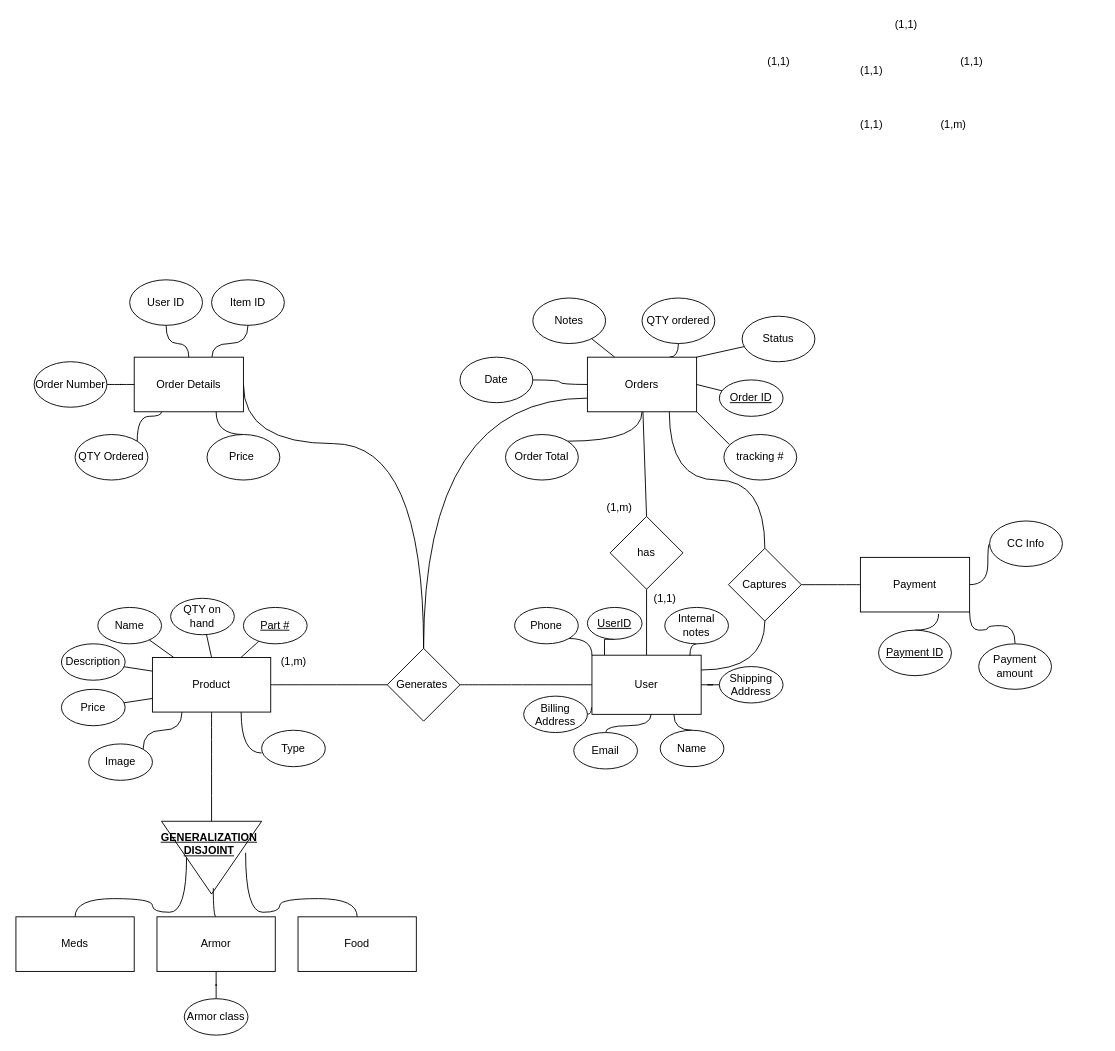
466group2/Group02Project keeps this draw.io diagram as docs/ecomm.drawio. Above is the earlier version. Source tidied: cells renumbered, new cells numbered last; positions are measured from the earlier drawing's top-left corner, leaving out a move shared by most shapes. Both pictures are drawn from the tidied source at 91%, with x=0, y=0 at pixel (15, 15).
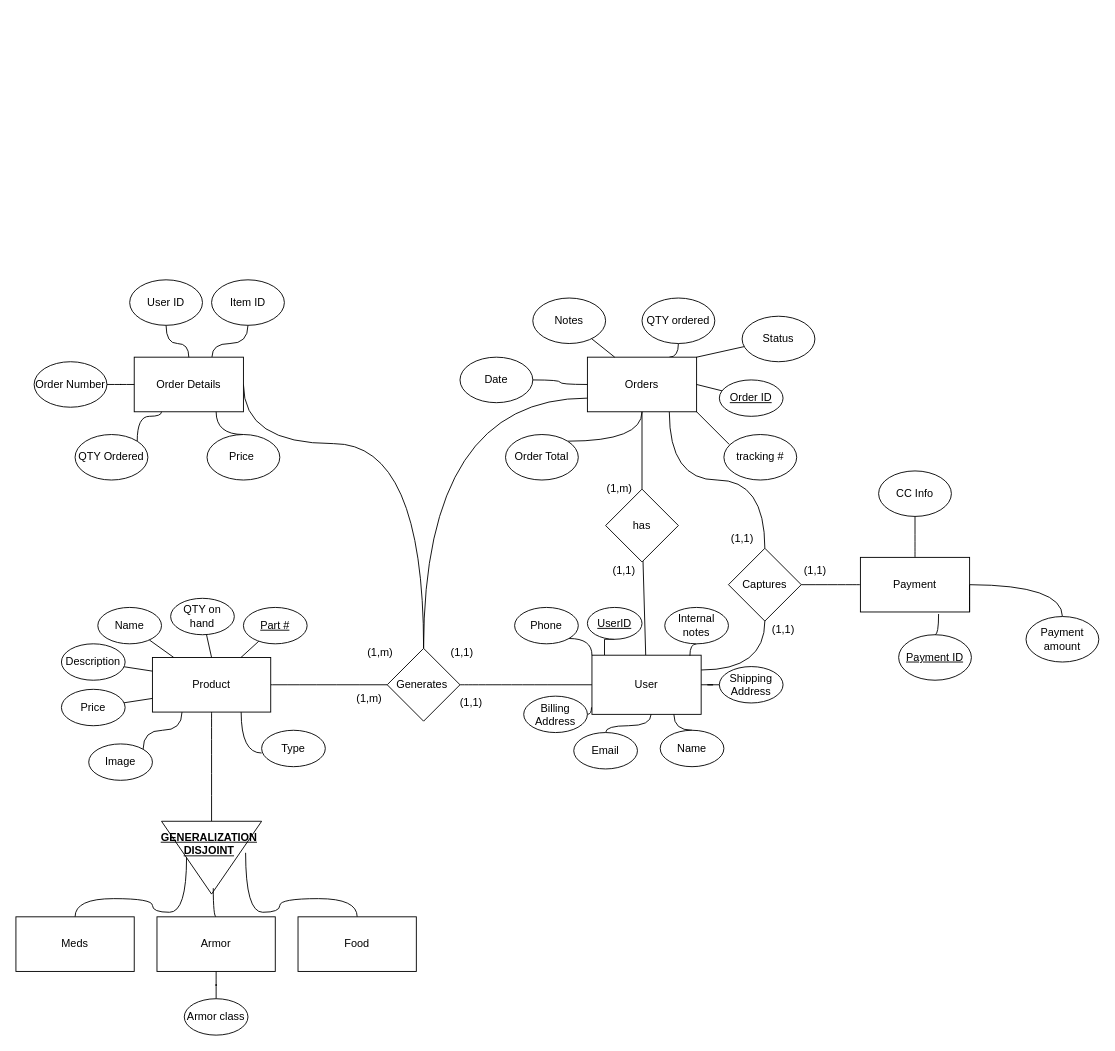
The same page after the edit.

Unchanged cells that the change refers to:
```xml
<mxCell id="54" value="Payment" style="rounded=0;whiteSpace=wrap;html=1;" parent="1" vertex="1">
  <mxGeometry x="928" y="595" width="120" height="60" as="geometry" />
</mxCell>
```

Change to the diagram source:
```diff
@@
     <mxCell id="42" value="has" style="rhombus;whiteSpace=wrap;html=1;" parent="1" vertex="1">
-      <mxGeometry x="653" y="550" width="80" height="80" as="geometry" />
+      <mxGeometry x="648" y="520" width="80" height="80" as="geometry" />
     </mxCell>
     <mxCell id="43" value="(1,m)" style="text;html=1;align=center;verticalAlign=middle;fillColor=none;strokeColor=none;rounded=0;" parent="1" vertex="1">
-      <mxGeometry x="285" y="700" width="40" height="20" as="geometry" />
+      <mxGeometry x="368" y="740" width="40" height="20" as="geometry" />
     </mxCell>
-    <mxCell id="44" value="(1,m)" style="text;html=1;align=center;verticalAlign=middle;fillColor=none;strokeColor=none;rounded=0;" parent="1" vertex="1">
-      <mxGeometry x="1010" y="110" width="40" height="20" as="geometry" />
-    </mxCell>
     <mxCell id="45" value="(1,1)" style="text;html=1;align=center;verticalAlign=middle;fillColor=none;strokeColor=none;rounded=0;" parent="1" vertex="1">
-      <mxGeometry x="818" y="40" width="40" height="20" as="geometry" />
+      <mxGeometry x="823" y="665" width="40" height="20" as="geometry" />
     </mxCell>
     <mxCell id="46" value="(1,m)" style="text;html=1;align=center;verticalAlign=middle;fillColor=none;strokeColor=none;rounded=0;" parent="1" vertex="1">
-      <mxGeometry x="643" y="530" width="40" height="20" as="geometry" />
+      <mxGeometry x="643" y="510" width="40" height="20" as="geometry" />
     </mxCell>
     <mxCell id="47" value="(1,1)" style="text;html=1;align=center;verticalAlign=middle;fillColor=none;strokeColor=none;rounded=0;" parent="1" vertex="1">
-      <mxGeometry x="693" y="630" width="40" height="20" as="geometry" />
+      <mxGeometry x="648" y="600" width="40" height="20" as="geometry" />
     </mxCell>
     <mxCell id="48" value="(1,1)" style="text;html=1;align=center;verticalAlign=middle;fillColor=none;strokeColor=none;rounded=0;" parent="1" vertex="1">
-      <mxGeometry x="1030" y="40" width="40" height="20" as="geometry" />
+      <mxGeometry x="470" y="690" width="40" height="20" as="geometry" />
     </mxCell>
     <mxCell id="49" value="(1,1)" style="text;html=1;align=center;verticalAlign=middle;fillColor=none;strokeColor=none;rounded=0;" parent="1" vertex="1">
-      <mxGeometry x="958" width="40" height="20" as="geometry" />
+      <mxGeometry x="778" y="565" width="40" height="20" as="geometry" />
     </mxCell>
     <mxCell id="50" value="(1,1)" style="text;html=1;align=center;verticalAlign=middle;fillColor=none;strokeColor=none;rounded=0;" parent="1" vertex="1">
-      <mxGeometry x="920" y="50" width="40" height="20" as="geometry" />
+      <mxGeometry x="480" y="745" width="40" height="20" as="geometry" />
     </mxCell>
-    <mxCell id="51" style="edgeStyle=orthogonalEdgeStyle;curved=1;jettySize=auto;html=1;exitX=1;exitY=0.5;exitDx=0;exitDy=0;endArrow=none;endFill=0;" parent="1" edge="1" source="54" target="55">
+    <mxCell id="51" style="edgeStyle=orthogonalEdgeStyle;curved=1;jettySize=auto;html=1;endArrow=none;endFill=0;exitX=0.5;exitY=0;exitDx=0;exitDy=0;" parent="1" edge="1" source="54" target="55">
       <mxGeometry relative="1" as="geometry" />
     </mxCell>
-    <mxCell id="52" style="edgeStyle=orthogonalEdgeStyle;curved=1;jettySize=auto;html=1;exitX=1;exitY=1;exitDx=0;exitDy=0;endArrow=none;endFill=0;" parent="1" edge="1" source="54" target="57">
-      <mxGeometry relative="1" as="geometry" />
+    <mxCell id="52" style="edgeStyle=orthogonalEdgeStyle;curved=1;jettySize=auto;html=1;endArrow=none;endFill=0;" parent="1" edge="1" target="57">
+      <mxGeometry relative="1" as="geometry">
+        <mxPoint x="1048" y="625" as="sourcePoint" />
+      </mxGeometry>
     </mxCell>
@@
     <mxCell id="55" value="CC Info" style="ellipse;whiteSpace=wrap;html=1;" parent="1" vertex="1">
-      <mxGeometry x="1070" y="555" width="80" height="50" as="geometry" />
+      <mxGeometry x="948" y="500" width="80" height="50" as="geometry" />
     </mxCell>
     <mxCell id="56" value="(1,1)" style="text;html=1;align=center;verticalAlign=middle;fillColor=none;strokeColor=none;rounded=0;" parent="1" vertex="1">
-      <mxGeometry x="920" y="110" width="40" height="20" as="geometry" />
+      <mxGeometry x="858" y="600" width="40" height="20" as="geometry" />
     </mxCell>
     <mxCell id="57" value="Payment amount" style="ellipse;whiteSpace=wrap;html=1;" parent="1" vertex="1">
-      <mxGeometry x="1058" y="690" width="80" height="50" as="geometry" />
+      <mxGeometry x="1110" y="660" width="80" height="50" as="geometry" />
     </mxCell>
@@
     <mxCell id="59" value="&lt;u&gt;Payment ID&lt;/u&gt;" style="ellipse;whiteSpace=wrap;html=1;" parent="1" vertex="1">
-      <mxGeometry x="948" y="675" width="80" height="50" as="geometry" />
+      <mxGeometry x="970" y="680" width="80" height="50" as="geometry" />
     </mxCell>
@@
+    <mxCell id="97" style="edgeStyle=orthogonalEdgeStyle;curved=1;orthogonalLoop=1;jettySize=auto;html=1;exitX=1;exitY=1;exitDx=0;exitDy=0;entryX=1;entryY=0.5;entryDx=0;entryDy=0;endArrow=none;endFill=0;" parent="1" edge="1" source="54" target="54">
+      <mxGeometry relative="1" as="geometry" />
+    </mxCell>
+    <mxCell id="44" value="(1,m)" style="text;html=1;align=center;verticalAlign=middle;fillColor=none;strokeColor=none;rounded=0;" parent="1" vertex="1">
+      <mxGeometry x="380" y="690" width="40" height="20" as="geometry" />
+    </mxCell>
```
